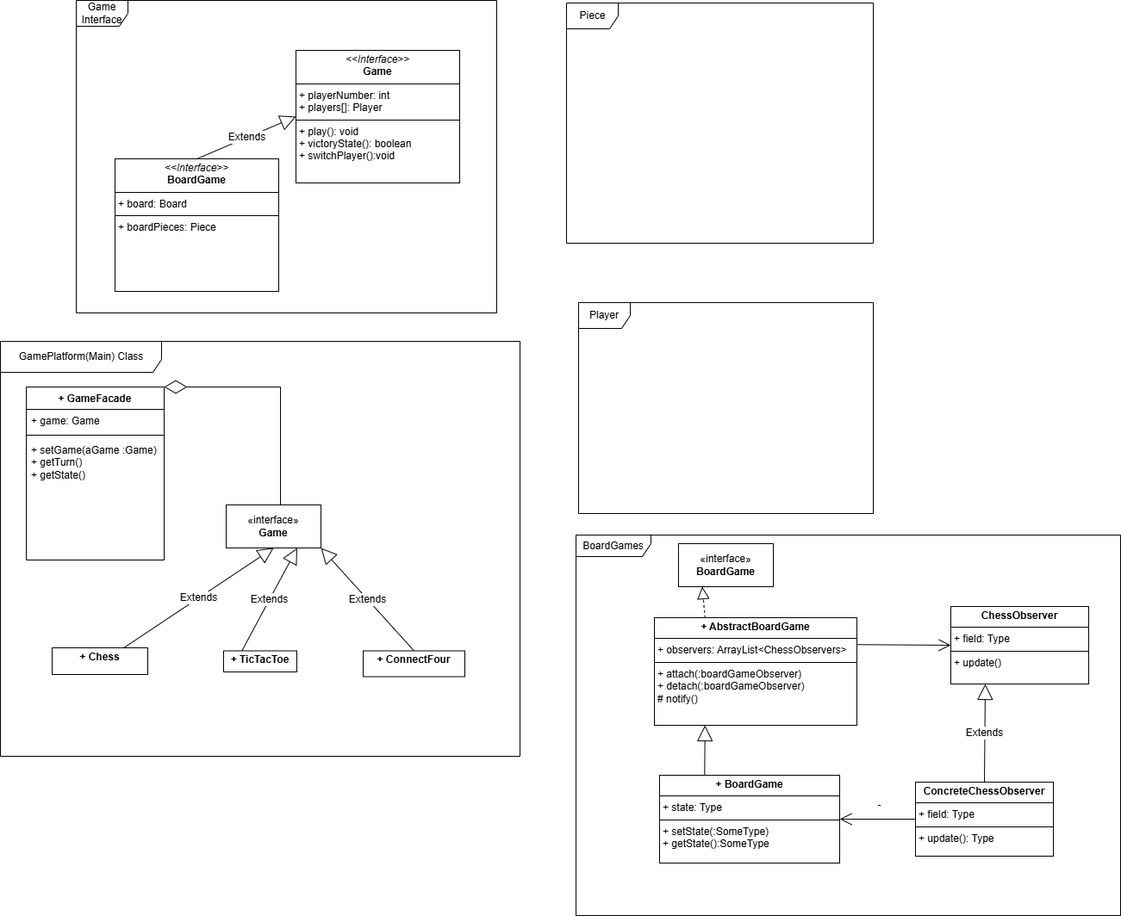
Before: gameLogicDiagram/gameplatform_structure_diagram.drawio.png, a diagram exported from draw.io (Ri-html/SENG-300-FINAL-GROUP-PROJECT). Source tidied: cells renumbered, new cells last; positions are measured from the earlier drawing's top-left corner, leaving out a move shared by most shapes.
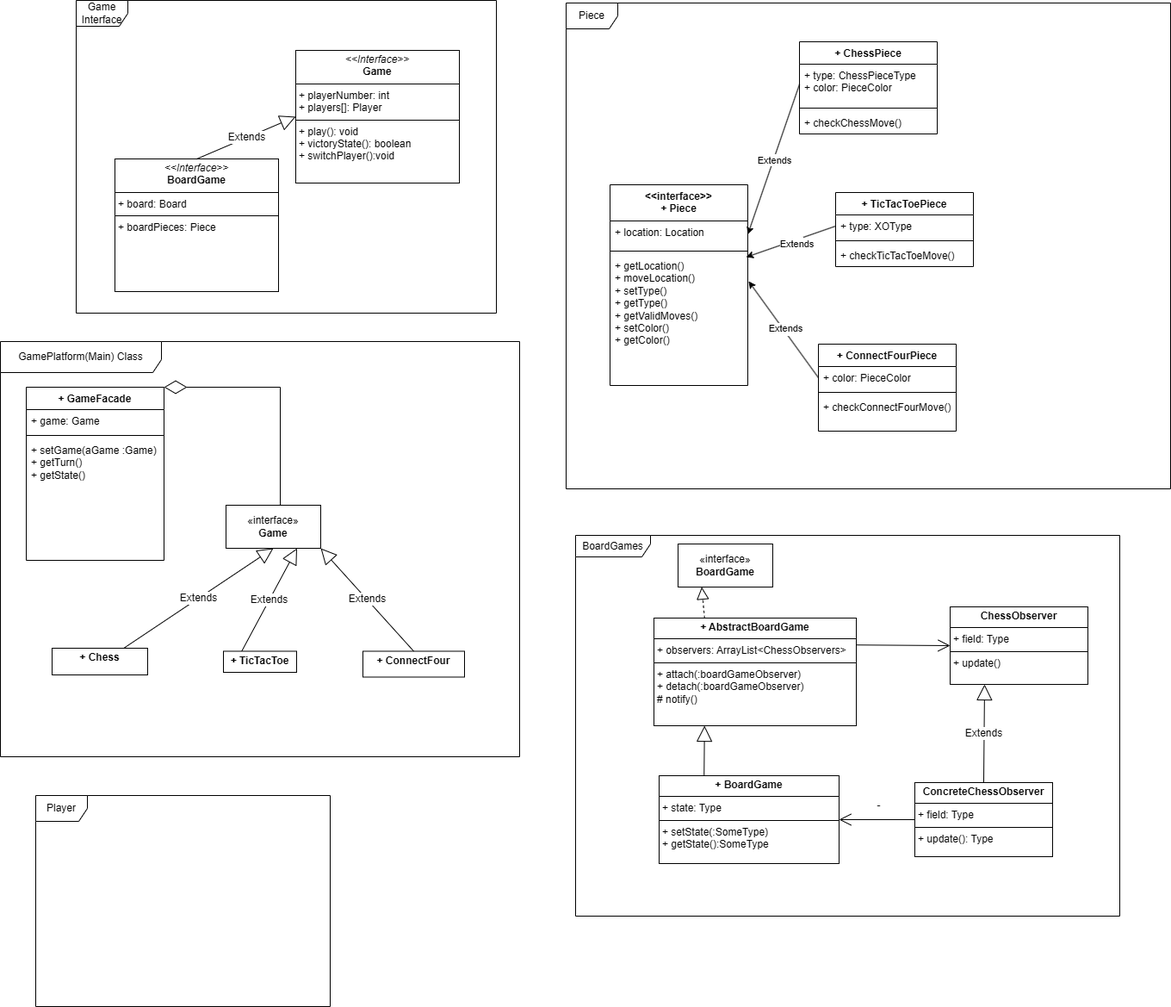
Above is the later version.

Commit message:
added Piece class diagram

What changed in the source:
```diff
@@ -46,10 +46,10 @@
       <mxGeometry y="396" width="603" height="482" as="geometry" />
     </mxCell>
     <mxCell id="15" value="Piece" style="shape=umlFrame;whiteSpace=wrap;html=1;" parent="1" vertex="1">
-      <mxGeometry x="657" y="3" width="356" height="279" as="geometry" />
+      <mxGeometry x="657" y="3" width="702" height="564" as="geometry" />
     </mxCell>
     <mxCell id="16" value="Player" style="shape=umlFrame;whiteSpace=wrap;html=1;" parent="1" vertex="1">
-      <mxGeometry x="671" y="351" width="342" height="245" as="geometry" />
+      <mxGeometry x="41" y="923" width="342" height="245" as="geometry" />
     </mxCell>
     <mxCell id="17" value="&lt;p style=&quot;margin:0px;margin-top:4px;text-align:center;&quot;&gt;&lt;b&gt;+ Chess&lt;/b&gt;&lt;/p&gt;&lt;div style=&quot;height:2px;&quot;&gt;&lt;/div&gt;" style="verticalAlign=top;align=left;overflow=fill;html=1;whiteSpace=wrap;" parent="1" vertex="1">
       <mxGeometry x="60" y="752" width="111" height="31" as="geometry" />
@@ -98,5 +98,80 @@
     <mxCell id="31" value="Extends" style="endArrow=block;endSize=16;endFill=0;html=1;rounded=0;fontSize=12;curved=1;exitX=0.5;exitY=0;exitDx=0;exitDy=0;entryX=0.25;entryY=1;entryDx=0;entryDy=0;" parent="1" edge="1" source="29" target="25">
       <mxGeometry relative="1" as="geometry" />
     </mxCell>
+    <mxCell id="32" value="&lt;div&gt;&amp;lt;&amp;lt;interface&amp;gt;&amp;gt;&lt;/div&gt;+ Piece" style="swimlane;fontStyle=1;align=center;verticalAlign=top;horizontal=1;startSize=42;whiteSpace=wrap;html=1;" parent="1" vertex="1">
+      <mxGeometry x="708" y="214" width="160" height="233" as="geometry" />
+    </mxCell>
+    <mxCell id="33" value="+ location: Location&lt;div&gt;&lt;br&gt;&lt;/div&gt;" style="text;strokeColor=none;fillColor=none;align=left;verticalAlign=top;spacingLeft=4;spacingRight=4;overflow=hidden;points=[[0,0.5],[1,0.5]];portConstraint=eastwest;whiteSpace=wrap;html=1;" parent="32" vertex="1">
+      <mxGeometry y="42" width="160" height="31" as="geometry" />
+    </mxCell>
+    <mxCell id="34" style="line;strokeWidth=1;fillColor=none;align=left;verticalAlign=middle;spacingTop=-1;spacingLeft=3;spacingRight=3;labelPosition=right;strokeColor=inherit;" parent="32" vertex="1">
+      <mxGeometry y="73" width="160" height="8" as="geometry" />
+    </mxCell>
+    <mxCell id="35" value="+ getLocation()&lt;div&gt;+ moveLocation()&lt;/div&gt;&lt;div&gt;+ setType()&lt;/div&gt;&lt;div&gt;+ getType()&lt;/div&gt;&lt;div&gt;+ getValidMoves()&lt;/div&gt;&lt;div&gt;+ setColor()&lt;/div&gt;&lt;div&gt;+ getColor()&lt;/div&gt;&lt;div&gt;&lt;br&gt;&lt;/div&gt;" style="text;strokeColor=none;fillColor=none;align=left;verticalAlign=top;spacingLeft=4;spacingRight=4;overflow=hidden;points=[[0,0.5],[1,0.5]];portConstraint=eastwest;whiteSpace=wrap;html=1;" parent="32" vertex="1">
+      <mxGeometry y="81" width="160" height="152" as="geometry" />
+    </mxCell>
+    <mxCell id="36" value="+ ChessPiece" style="swimlane;fontStyle=1;align=center;verticalAlign=top;horizontal=1;startSize=26;whiteSpace=wrap;html=1;" parent="1" vertex="1">
+      <mxGeometry x="928" y="48" width="160" height="107" as="geometry" />
+    </mxCell>
+    <mxCell id="37" value="+ type: ChessPieceType&lt;div&gt;+ color: PieceColor&lt;/div&gt;" style="text;strokeColor=none;fillColor=none;align=left;verticalAlign=top;spacingLeft=4;spacingRight=4;overflow=hidden;points=[[0,0.5],[1,0.5]];portConstraint=eastwest;whiteSpace=wrap;html=1;" parent="36" vertex="1">
+      <mxGeometry y="26" width="160" height="47" as="geometry" />
+    </mxCell>
+    <mxCell id="38" style="line;strokeWidth=1;fillColor=none;align=left;verticalAlign=middle;spacingTop=-1;spacingLeft=3;spacingRight=3;labelPosition=right;strokeColor=inherit;" parent="36" vertex="1">
+      <mxGeometry y="73" width="160" height="8" as="geometry" />
+    </mxCell>
+    <mxCell id="39" value="+ checkChessMove()" style="text;strokeColor=none;fillColor=none;align=left;verticalAlign=top;spacingLeft=4;spacingRight=4;overflow=hidden;whiteSpace=wrap;html=1;" parent="36" vertex="1">
+      <mxGeometry y="81" width="160" height="26" as="geometry" />
+    </mxCell>
+    <mxCell id="40" value="+ TicTacToePiece" style="swimlane;fontStyle=1;align=center;verticalAlign=top;horizontal=1;startSize=26;whiteSpace=wrap;html=1;" parent="1" vertex="1">
+      <mxGeometry x="970" y="223" width="160" height="86" as="geometry" />
+    </mxCell>
+    <mxCell id="41" value="+ type: XOType" style="text;strokeColor=none;fillColor=none;align=left;verticalAlign=top;spacingLeft=4;spacingRight=4;overflow=hidden;points=[[0,0.5],[1,0.5]];portConstraint=eastwest;whiteSpace=wrap;html=1;" parent="40" vertex="1">
+      <mxGeometry y="26" width="160" height="26" as="geometry" />
+    </mxCell>
+    <mxCell id="42" style="line;strokeWidth=1;fillColor=none;align=left;verticalAlign=middle;spacingTop=-1;spacingLeft=3;spacingRight=3;labelPosition=right;strokeColor=inherit;" parent="40" vertex="1">
+      <mxGeometry y="52" width="160" height="8" as="geometry" />
+    </mxCell>
+    <mxCell id="43" value="+ checkTicTacToeMove()" style="text;strokeColor=none;fillColor=none;align=left;verticalAlign=top;spacingLeft=4;spacingRight=4;overflow=hidden;whiteSpace=wrap;html=1;" parent="40" vertex="1">
+      <mxGeometry y="60" width="160" height="26" as="geometry" />
+    </mxCell>
+    <mxCell id="44" value="+ ConnectFourPiece" style="swimlane;fontStyle=1;align=center;verticalAlign=top;horizontal=1;startSize=26;whiteSpace=wrap;html=1;" parent="1" vertex="1">
+      <mxGeometry x="950" y="399" width="160" height="101" as="geometry" />
+    </mxCell>
+    <mxCell id="45" value="+ color: PieceColor" style="text;strokeColor=none;fillColor=none;align=left;verticalAlign=top;spacingLeft=4;spacingRight=4;overflow=hidden;points=[[0,0.5],[1,0.5]];portConstraint=eastwest;whiteSpace=wrap;html=1;" parent="44" vertex="1">
+      <mxGeometry y="26" width="160" height="26" as="geometry" />
+    </mxCell>
+    <mxCell id="46" style="line;strokeWidth=1;fillColor=none;align=left;verticalAlign=middle;spacingTop=-1;spacingLeft=3;spacingRight=3;labelPosition=right;strokeColor=inherit;" parent="44" vertex="1">
+      <mxGeometry y="52" width="160" height="8" as="geometry" />
+    </mxCell>
+    <mxCell id="47" value="+ checkConnectFourMove()" style="text;strokeColor=none;fillColor=none;align=left;verticalAlign=top;spacingLeft=4;spacingRight=4;overflow=hidden;whiteSpace=wrap;html=1;" parent="44" vertex="1">
+      <mxGeometry y="60" width="160" height="41" as="geometry" />
+    </mxCell>
+    <mxCell id="48" style="endArrow=classic;html=1;rounded=0;exitX=0;exitY=0.5;exitDx=0;exitDy=0;entryX=1.006;entryY=0.204;entryDx=0;entryDy=0;entryPerimeter=0;" parent="1" edge="1" source="45" target="35">
+      <mxGeometry relative="1" as="geometry" />
+    </mxCell>
+    <mxCell id="49" value="Label" style="edgeLabel;html=1;align=center;verticalAlign=middle;" parent="48" vertex="1">
+      <mxGeometry relative="1" as="geometry" />
+    </mxCell>
+    <mxCell id="50" value="Extends" style="edgeLabel;html=1;align=center;verticalAlign=middle;" parent="48" vertex="1">
+      <mxGeometry y="-3" relative="1" as="geometry" />
+    </mxCell>
+    <mxCell id="51" style="endArrow=classic;html=1;rounded=0;exitX=0;exitY=0.5;exitDx=0;exitDy=0;entryX=0.988;entryY=0.02;entryDx=0;entryDy=0;entryPerimeter=0;" parent="1" edge="1" source="41" target="35">
+      <mxGeometry relative="1" as="geometry" />
+    </mxCell>
+    <mxCell id="52" value="Label" style="edgeLabel;html=1;align=center;verticalAlign=middle;" parent="51" vertex="1">
+      <mxGeometry relative="1" as="geometry" />
+    </mxCell>
+    <mxCell id="53" value="Extends" style="edgeLabel;html=1;align=center;verticalAlign=middle;" parent="51" vertex="1">
+      <mxGeometry x="-0.09" y="4" relative="1" as="geometry" />
+    </mxCell>
+    <mxCell id="54" style="endArrow=classic;html=1;rounded=0;exitX=0;exitY=0.5;exitDx=0;exitDy=0;entryX=1;entryY=0.5;entryDx=0;entryDy=0;" parent="1" edge="1" source="37" target="33">
+      <mxGeometry relative="1" as="geometry" />
+    </mxCell>
+    <mxCell id="55" value="Label" style="edgeLabel;html=1;align=center;verticalAlign=middle;" parent="54" vertex="1">
+      <mxGeometry relative="1" as="geometry" />
+    </mxCell>
+    <mxCell id="56" value="Extends" style="edgeLabel;html=1;align=center;verticalAlign=middle;" parent="54" vertex="1">
+      <mxGeometry x="0.01" y="1" relative="1" as="geometry" />
+    </mxCell>
   </root>
 </mxGraphModel>
```
